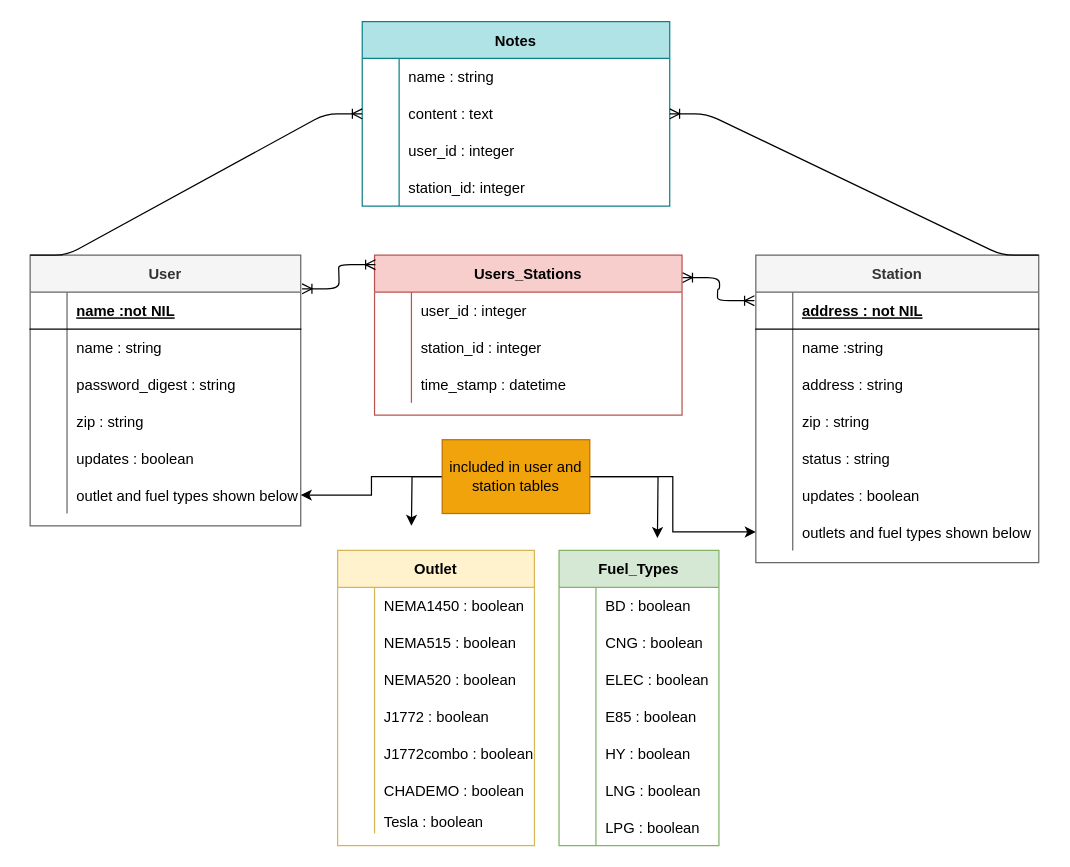
Before: Untitled Diagram.drawio in dbrandt1990/Alt_Fuel_Stations_DVB, a draw.io diagram. Source tidied: cells renumbered, new cells numbered last; positions are measured from the earlier drawing's top-left corner, leaving out a move shared by most shapes. Both pictures are drawn from the tidied source at 123%, with x=0, y=0 at pixel (30, 21).
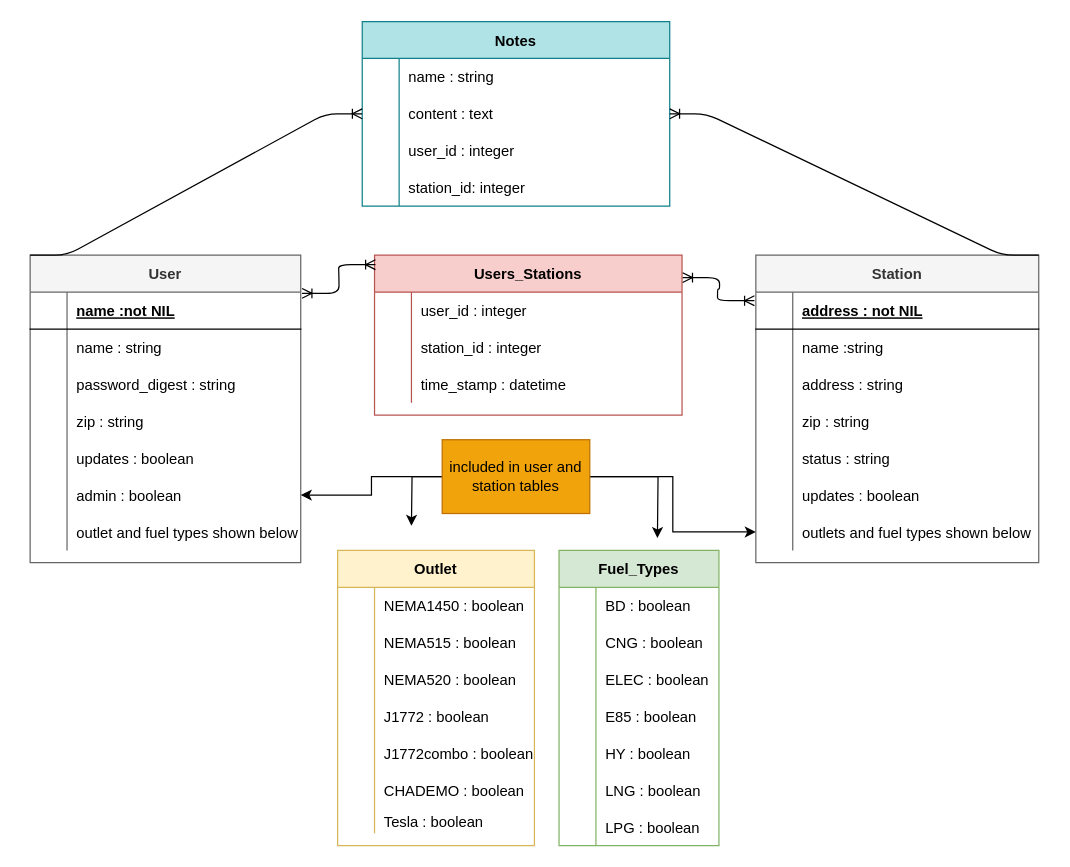
After the change.

Commit message:
added admin to users

The change refers to these unchanged cells:
```xml
<mxCell id="50" style="shape=partialRectangle;fillColor=none;points=[[0,0.5],[1,0.5]];portConstraint=eastwest;top=0;left=0;right=0;bottom=0;" parent="34" vertex="1">
  <mxGeometry y="180" width="220" height="30" as="geometry" />
</mxCell>
```

Change to the diagram source:
```diff
@@
     <mxCell id="34" value="User" style="shape=table;startSize=30;childLayout=tableLayout;rowLines=0;fontStyle=1;align=center;fillColor=#f5f5f5;strokeColor=#666666;fontColor=#333333;" parent="1" vertex="1">
-      <mxGeometry y="190" width="220" height="220" as="geometry" />
+      <mxGeometry y="190" width="220" height="250" as="geometry" />
     </mxCell>
@@
-    <mxCell id="52" value="outlet and fuel types shown below" style="shape=partialRectangle;overflow=hidden;fillColor=none;top=0;left=0;bottom=0;right=0;align=left;spacingLeft=6;" parent="50" vertex="1">
+    <mxCell id="52" value="admin : boolean" style="shape=partialRectangle;overflow=hidden;fillColor=none;top=0;left=0;bottom=0;right=0;align=left;spacingLeft=6;" parent="50" vertex="1">
       <mxGeometry x="30" width="190" height="30" as="geometry" />
     </mxCell>
+    <mxCell id="119" style="shape=partialRectangle;fillColor=none;top=0;left=0;right=0;bottom=0;" parent="34" vertex="1">
+      <mxGeometry y="210" width="220" height="30" as="geometry" />
+    </mxCell>
+    <mxCell id="120" style="shape=partialRectangle;overflow=hidden;fillColor=none;top=0;left=0;bottom=0;right=0;" parent="119" vertex="1">
+      <mxGeometry width="30" height="30" as="geometry" />
+    </mxCell>
+    <mxCell id="121" value="outlet and fuel types shown below" style="shape=partialRectangle;overflow=hidden;fillColor=none;top=0;left=0;bottom=0;right=0;align=left;spacingLeft=6;" parent="119" vertex="1">
+      <mxGeometry x="30" width="190" height="30" as="geometry" />
+    </mxCell>
```
